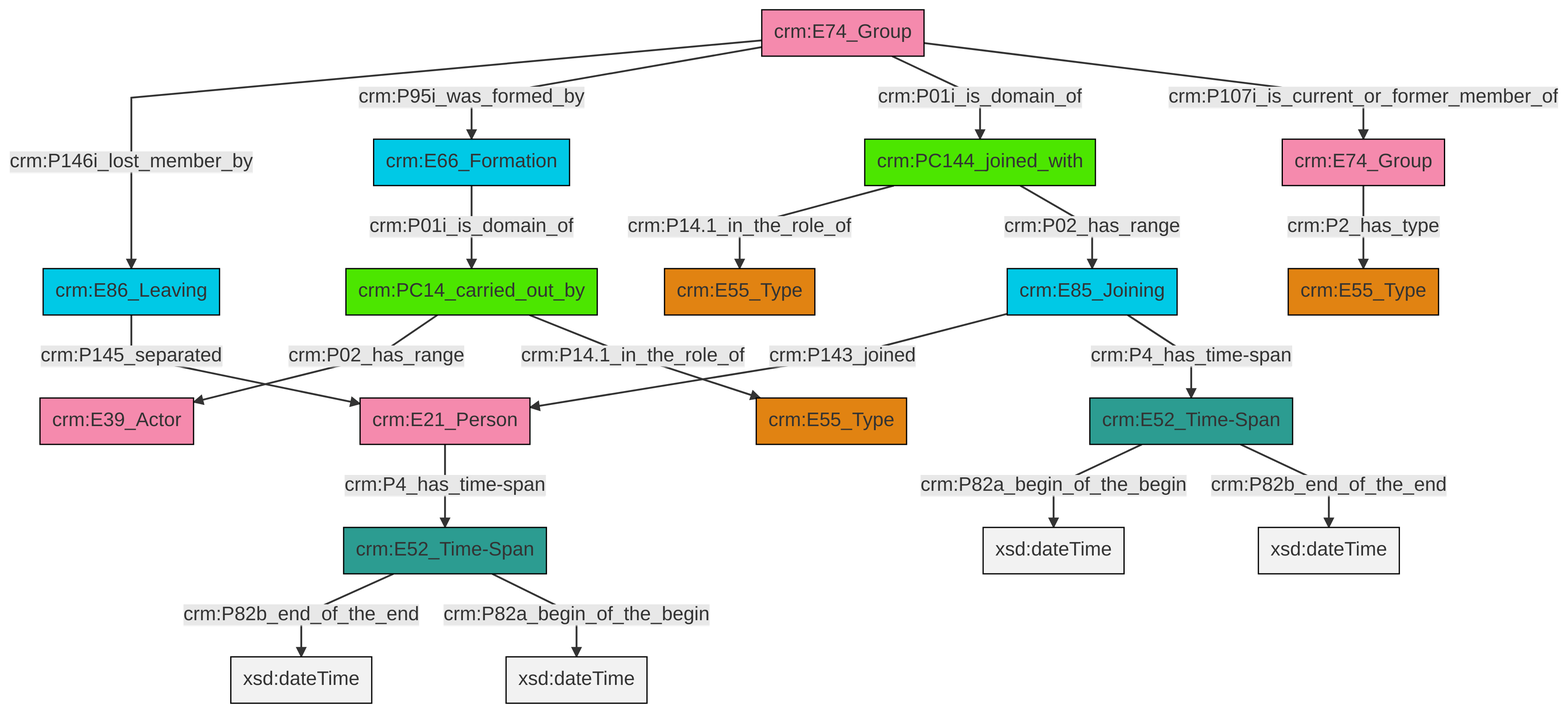
Above: et/groupCSV/ttl/mmd/png/group_actor_relations.png in swiss-art-research-net/docs.swissartresearch (Mermaid), before the change. Its source is kept beside it as et/groupCSV/ttl/mmd/group_actor_relations.ttl.mmd.
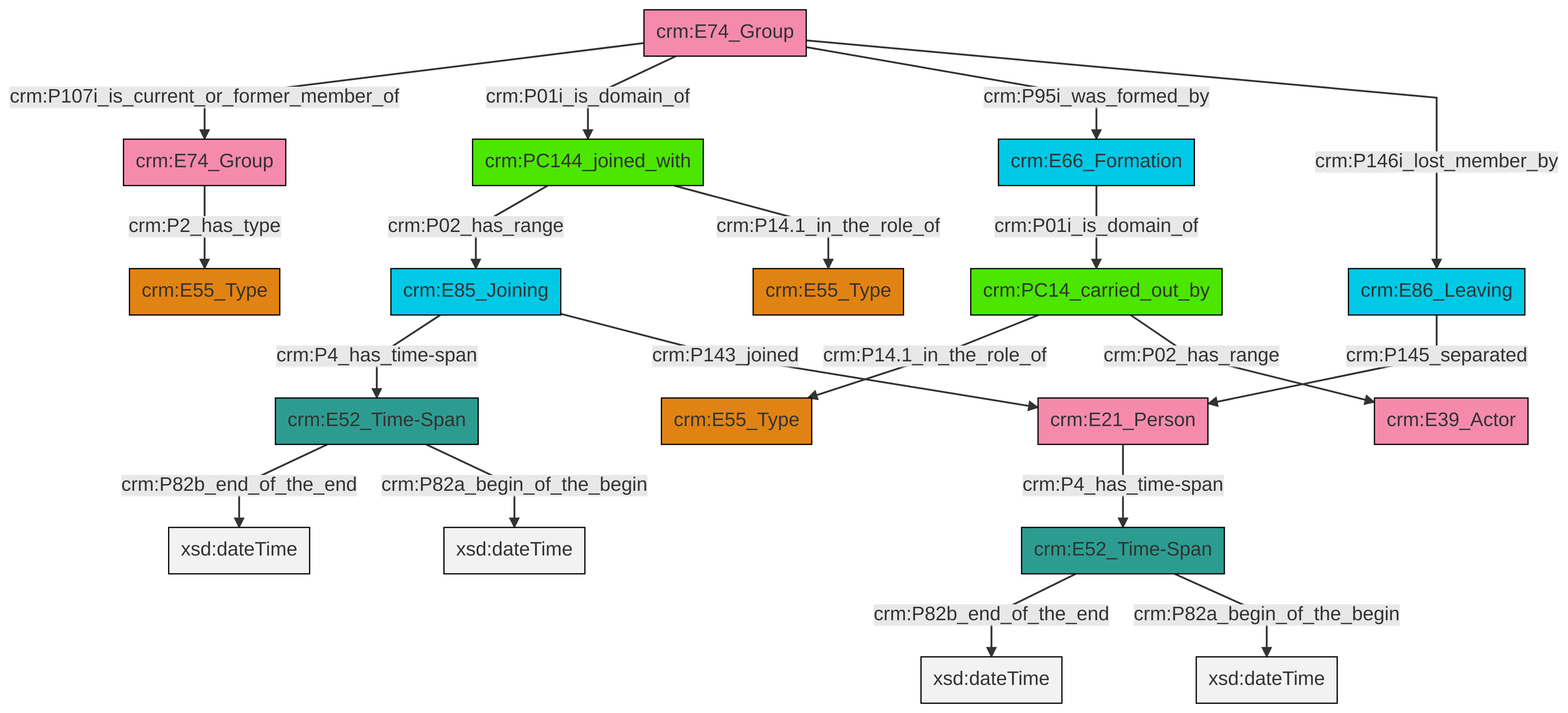
After the commit.

What changed in the source:
```diff
@@ -13,21 +13,21 @@
 classDef PC_Classes fill:#4ce600, stroke:#000000;
 classDef Multi fill:#cccccc,stroke:#000000;
 
-6["crm:E74_Group"]:::Actor -->|crm:P146i_lost_member_by| 7["crm:E86_Leaving"]:::Temporal_Entity
-7["crm:E86_Leaving"]:::Temporal_Entity -->|crm:P145_separated| 8["crm:E21_Person"]:::Actor
-9["crm:E52_Time-Span"]:::Time-Span -->|crm:P82b_end_of_the_end| 10[xsd:dateTime]:::Literal
-6["crm:E74_Group"]:::Actor -->|crm:P95i_was_formed_by| 11["crm:E66_Formation"]:::Temporal_Entity
-12["crm:PC14_carried_out_by"]:::PC_Classes -->|crm:P02_has_range| 2["crm:E39_Actor"]:::Actor
-13["crm:E85_Joining"]:::Temporal_Entity -->|crm:P143_joined| 8["crm:E21_Person"]:::Actor
-15["crm:PC144_joined_with"]:::PC_Classes -->|crm:P14.1_in_the_role_of| 0["crm:E55_Type"]:::Type
-6["crm:E74_Group"]:::Actor -->|crm:P01i_is_domain_of| 15["crm:PC144_joined_with"]:::PC_Classes
-16["crm:E52_Time-Span"]:::Time-Span -->|crm:P82a_begin_of_the_begin| 17[xsd:dateTime]:::Literal
-16["crm:E52_Time-Span"]:::Time-Span -->|crm:P82b_end_of_the_end| 24[xsd:dateTime]:::Literal
-13["crm:E85_Joining"]:::Temporal_Entity -->|crm:P4_has_time-span| 16["crm:E52_Time-Span"]:::Time-Span
-8["crm:E21_Person"]:::Actor -->|crm:P4_has_time-span| 9["crm:E52_Time-Span"]:::Time-Span
-12["crm:PC14_carried_out_by"]:::PC_Classes -->|crm:P14.1_in_the_role_of| 27["crm:E55_Type"]:::Type
-9["crm:E52_Time-Span"]:::Time-Span -->|crm:P82a_begin_of_the_begin| 31[xsd:dateTime]:::Literal
-11["crm:E66_Formation"]:::Temporal_Entity -->|crm:P01i_is_domain_of| 12["crm:PC14_carried_out_by"]:::PC_Classes
-6["crm:E74_Group"]:::Actor -->|crm:P107i_is_current_or_former_member_of| 4["crm:E74_Group"]:::Actor
-4["crm:E74_Group"]:::Actor -->|crm:P2_has_type| 18["crm:E55_Type"]:::Type
-15["crm:PC144_joined_with"]:::PC_Classes -->|crm:P02_has_range| 13["crm:E85_Joining"]:::Temporal_Entity
+4["crm:E52_Time-Span"]:::Time-Span -->|crm:P82b_end_of_the_end| 5[xsd:dateTime]:::Literal
+10["crm:E52_Time-Span"]:::Time-Span -->|crm:P82b_end_of_the_end| 11[xsd:dateTime]:::Literal
+14["crm:E74_Group"]:::Actor -->|crm:P107i_is_current_or_former_member_of| 15["crm:E74_Group"]:::Actor
+15["crm:E74_Group"]:::Actor -->|crm:P2_has_type| 20["crm:E55_Type"]:::Type
+14["crm:E74_Group"]:::Actor -->|crm:P01i_is_domain_of| 2["crm:PC144_joined_with"]:::PC_Classes
+16["crm:E66_Formation"]:::Temporal_Entity -->|crm:P01i_is_domain_of| 21["crm:PC14_carried_out_by"]:::PC_Classes
+14["crm:E74_Group"]:::Actor -->|crm:P95i_was_formed_by| 16["crm:E66_Formation"]:::Temporal_Entity
+2["crm:PC144_joined_with"]:::PC_Classes -->|crm:P02_has_range| 23["crm:E85_Joining"]:::Temporal_Entity
+21["crm:PC14_carried_out_by"]:::PC_Classes -->|crm:P14.1_in_the_role_of| 0["crm:E55_Type"]:::Type
+12["crm:E21_Person"]:::Actor -->|crm:P4_has_time-span| 10["crm:E52_Time-Span"]:::Time-Span
+2["crm:PC144_joined_with"]:::PC_Classes -->|crm:P14.1_in_the_role_of| 18["crm:E55_Type"]:::Type
+4["crm:E52_Time-Span"]:::Time-Span -->|crm:P82a_begin_of_the_begin| 31[xsd:dateTime]:::Literal
+21["crm:PC14_carried_out_by"]:::PC_Classes -->|crm:P02_has_range| 8["crm:E39_Actor"]:::Actor
+14["crm:E74_Group"]:::Actor -->|crm:P146i_lost_member_by| 6["crm:E86_Leaving"]:::Temporal_Entity
+10["crm:E52_Time-Span"]:::Time-Span -->|crm:P82a_begin_of_the_begin| 34[xsd:dateTime]:::Literal
+6["crm:E86_Leaving"]:::Temporal_Entity -->|crm:P145_separated| 12["crm:E21_Person"]:::Actor
+23["crm:E85_Joining"]:::Temporal_Entity -->|crm:P4_has_time-span| 4["crm:E52_Time-Span"]:::Time-Span
+23["crm:E85_Joining"]:::Temporal_Entity -->|crm:P143_joined| 12["crm:E21_Person"]:::Actor
```
